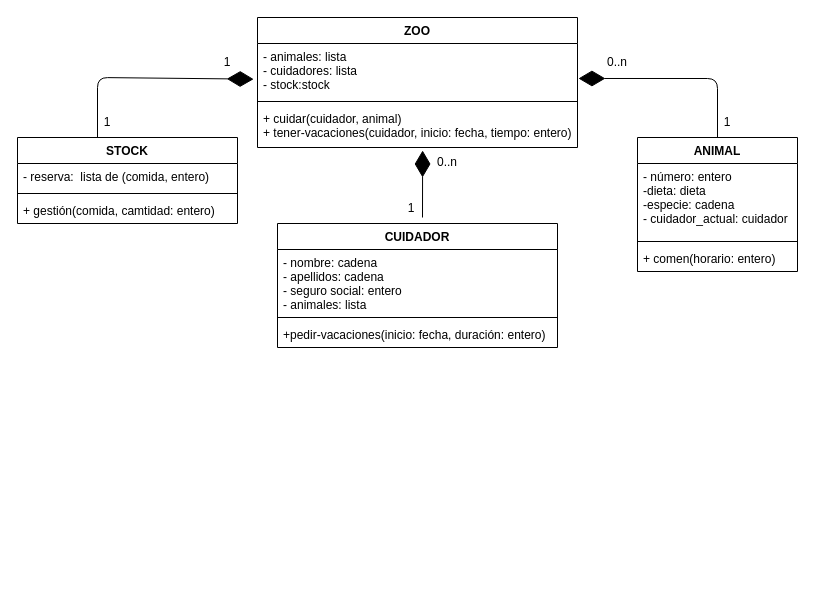
This is EJ6/ejercicio6.drawio from Trabajo-gruupal-empresa/Mediante-UML, a draw.io file, before an edit. Source tidied: cells renumbered, new cells numbered last; positions are measured from the earlier drawing's top-left corner, leaving out a move shared by most shapes. Both pictures are drawn from the tidied source at 100%, with x=0, y=0 at pixel (17, 17).
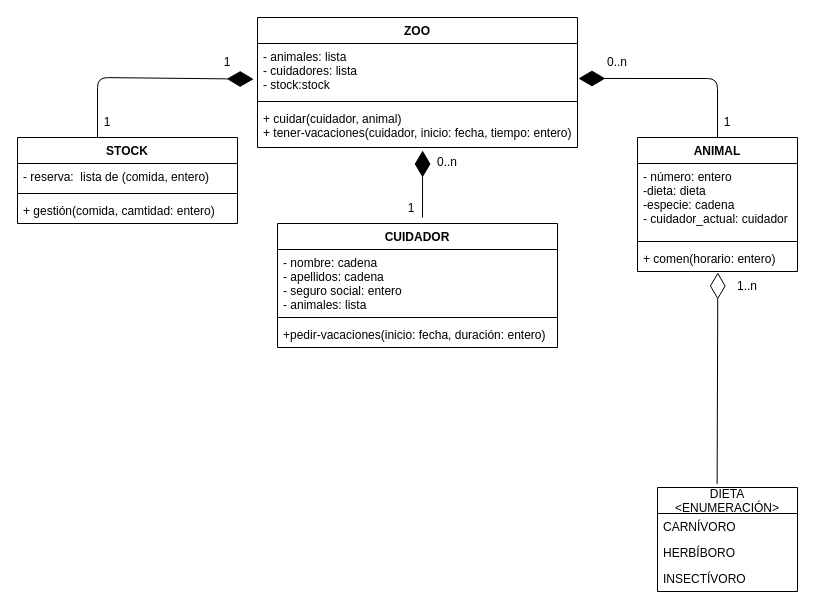
The same page after the edit.

Commit message:
enumeración dietas

Unchanged cells that the change refers to:
```xml
<mxCell id="23" value="+ comen(horario: entero)" style="text;strokeColor=none;fillColor=none;align=left;verticalAlign=top;spacingLeft=4;spacingRight=4;overflow=hidden;points=[[0,0.5],[1,0.5]];portConstraint=eastwest;" parent="20" vertex="1">
  <mxGeometry y="108" width="160" height="26" as="geometry" />
</mxCell>
```

Diff of the diagram source:
```diff
@@
+    <mxCell id="27" value="DIETA&#10;&lt;ENUMERACIÓN&gt;" style="swimlane;fontStyle=0;horizontal=1;startSize=26;fillColor=none;" parent="1" vertex="1">
+      <mxGeometry x="640" y="470" width="140" height="104" as="geometry" />
+    </mxCell>
+    <mxCell id="28" value="CARNÍVORO" style="text;strokeColor=none;fillColor=none;align=left;verticalAlign=top;spacingLeft=4;spacingRight=4;overflow=hidden;" parent="27" vertex="1">
+      <mxGeometry y="26" width="140" height="26" as="geometry" />
+    </mxCell>
+    <mxCell id="29" value="HERBÍBORO" style="text;strokeColor=none;fillColor=none;align=left;verticalAlign=top;spacingLeft=4;spacingRight=4;overflow=hidden;" parent="27" vertex="1">
+      <mxGeometry y="52" width="140" height="26" as="geometry" />
+    </mxCell>
+    <mxCell id="30" value="INSECTÍVORO" style="text;strokeColor=none;fillColor=none;align=left;verticalAlign=top;spacingLeft=4;spacingRight=4;overflow=hidden;" parent="27" vertex="1">
+      <mxGeometry y="78" width="140" height="26" as="geometry" />
+    </mxCell>
+    <mxCell id="31" style="endArrow=diamondThin;endFill=0;endSize=24;html=1;entryX=0.502;entryY=1.038;entryDx=0;entryDy=0;entryPerimeter=0;exitX=0.426;exitY=-0.035;exitDx=0;exitDy=0;exitPerimeter=0;" parent="1" edge="1" source="27" target="23">
+      <mxGeometry relative="1" as="geometry" />
+    </mxCell>
+    <mxCell id="32" value="1..n" style="text;strokeColor=none;align=center;fillColor=none;html=1;verticalAlign=middle;whiteSpace=wrap;rounded=0;" parent="1" vertex="1">
+      <mxGeometry x="700" y="254" width="60" height="30" as="geometry" />
+    </mxCell>
```
